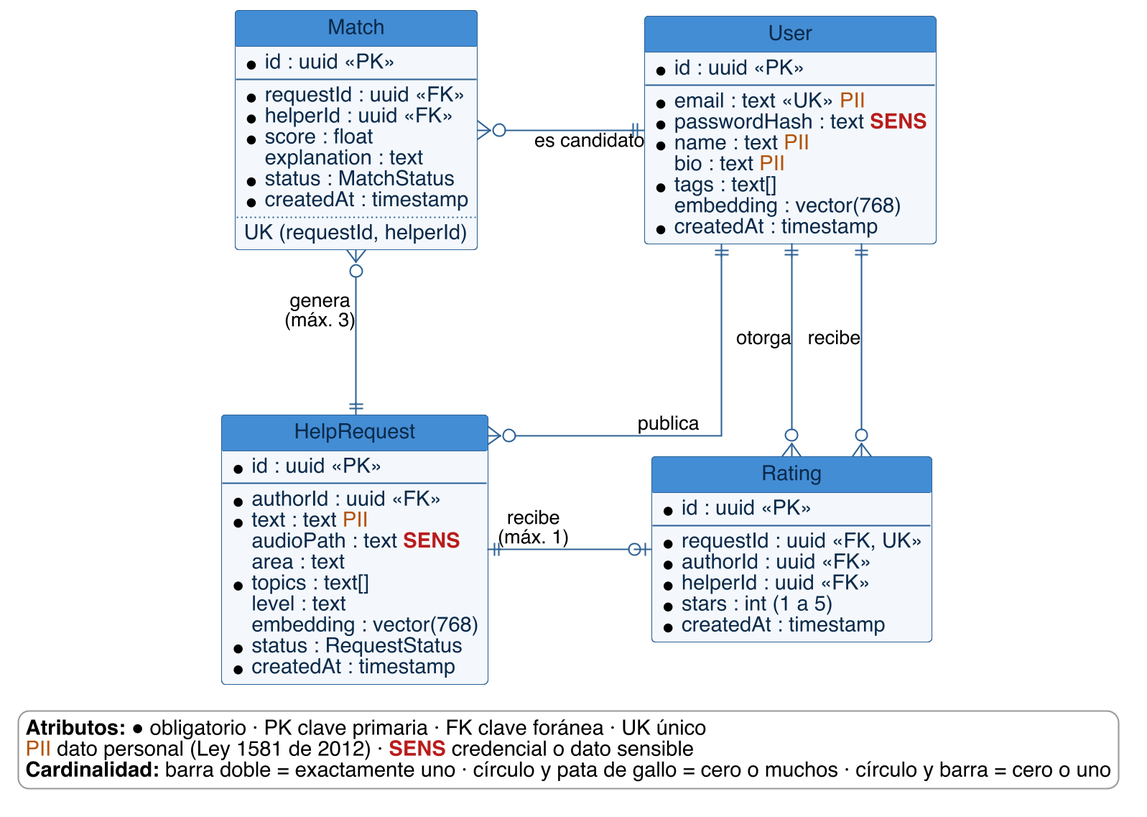
Above: docs/arquitectura/img/06-modelo-entidad-relacion.png in juanjosegl/RedNexus-Platform (PlantUML), before the change. Source of this version:
```plantuml
@startuml 06-modelo-entidad-relacion
skinparam dpi 200
skinparam defaultFontName "Helvetica"
skinparam shadowing false
skinparam LegendBackgroundColor #ffffff
skinparam LegendBorderColor #999999
skinparam linetype ortho
skinparam nodesep 110
skinparam ranksep 110
skinparam ArrowColor #2e6295
skinparam class {
  BackgroundColor #f4f8fc
  BorderColor #2e6295
  HeaderBackgroundColor #438dd5
  FontColor white
  AttributeFontColor #0b2a4a
}
hide circle
hide methods


entity "User" as user {
  * id : uuid <<PK>>
  --
  * email : text <<UK>> <color:#b45309>PII</color>
  * passwordHash : text <color:#b91c1c><b>SENS</b></color>
  * name : text <color:#b45309>PII</color>
  bio : text <color:#b45309>PII</color>
  * tags : text[]
  embedding : vector(768)
  * createdAt : timestamp
}

entity "HelpRequest" as req {
  * id : uuid <<PK>>
  --
  * authorId : uuid <<FK>>
  * text : text <color:#b45309>PII</color>
  audioPath : text <color:#b91c1c><b>SENS</b></color>
  area : text
  * topics : text[]
  level : text
  embedding : vector(768)
  * status : RequestStatus
  * createdAt : timestamp
}

entity "Match" as match {
  * id : uuid <<PK>>
  --
  * requestId : uuid <<FK>>
  * helperId : uuid <<FK>>
  * score : float
  explanation : text
  * status : MatchStatus
  * createdAt : timestamp
  ..
  UK (requestId, helperId)
}

entity "Rating" as rating {
  * id : uuid <<PK>>
  --
  * requestId : uuid <<FK, UK>>
  * authorId : uuid <<FK>>
  * helperId : uuid <<FK>>
  * stars : int (1 a 5)
  * createdAt : timestamp
}

user ||--o{ req : "publica"
req ||--o{ match : "genera\n(máx. 3)"
user ||-left-o{ match : "es candidato"
req ||-right-o| rating : "recibe\n(máx. 1)"
user ||--o{ rating : "otorga"
user ||--o{ rating : "recibe"

legend bottom
  <b>Atributos:</b> ● obligatorio · PK clave primaria · FK clave foránea · UK único
  <color:#b45309>PII</color> dato personal (Ley 1581 de 2012) · <color:#b91c1c><b>SENS</b></color> credencial o dato sensible
  <b>Cardinalidad:</b> barra doble = exactamente uno · círculo y pata de gallo = cero o muchos · círculo y barra = cero o uno
endlegend
@enduml
```
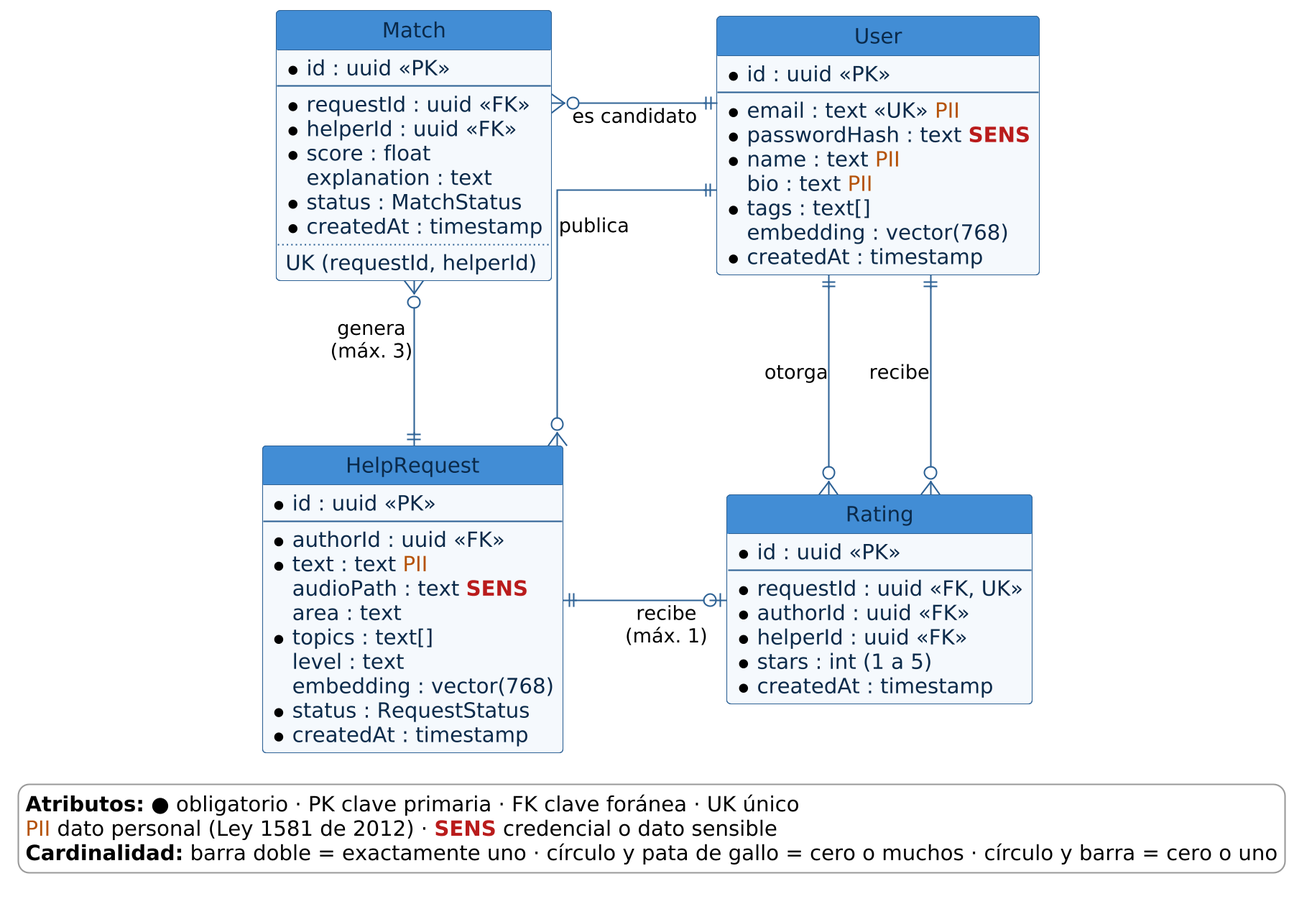
Above is the later version.

The edit, as a diff of the source:
```diff
@@ -1,4 +1,4 @@
-@startuml 06-modelo-entidad-relacion
+@startuml
 skinparam dpi 200
 skinparam defaultFontName "Helvetica"
 skinparam shadowing false
```
